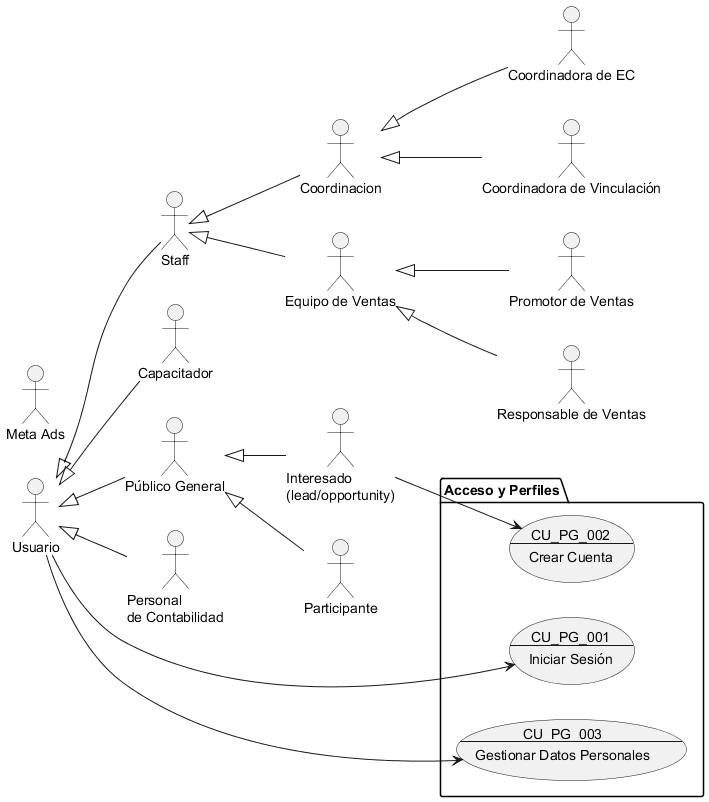
Before: Docs/Requerimientos/Diagramas/img/Acceso y Perfiles.png, a diagram exported from PlantUML (Proyectos-Vinculacion-FMAT/ECFCA).
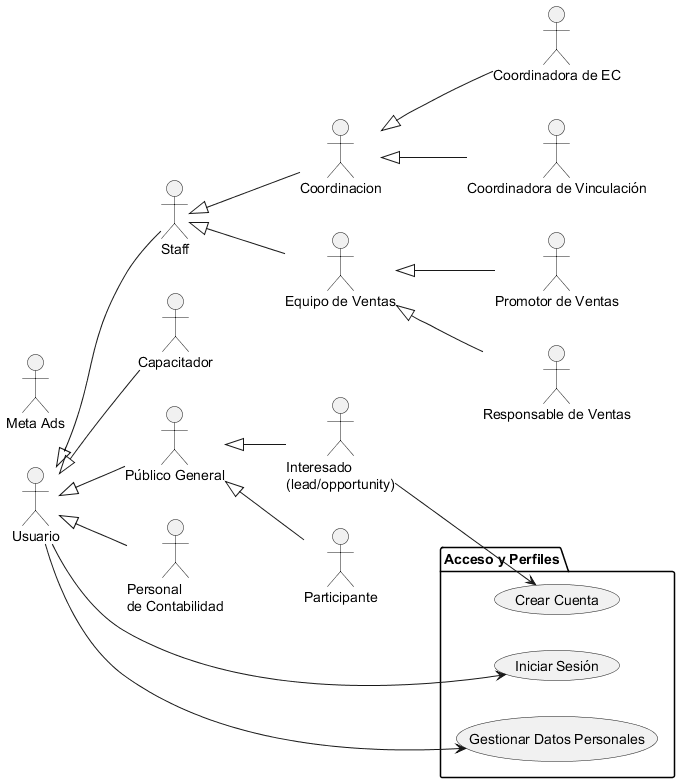
The same file after the commit.

Change to the diagram source:
```diff
@@ -3,21 +3,9 @@
 !include Actores.puml
 
 package "Acceso y Perfiles"{
-    usecase CU_PG_001 as "
-    CU_PG_001
-    ---
-    Iniciar Sesión
-    "
-    usecase CU_PG_002 as "
-    CU_PG_002
-    ---
-    Crear Cuenta
-    "
-    usecase CU_PG_003 as "
-    CU_PG_003
-    ---
-    Gestionar Datos Personales
-    "
+    usecase CU_PG_001 as "Iniciar Sesión"
+    usecase CU_PG_002 as "Crear Cuenta"
+    usecase CU_PG_003 as "Gestionar Datos Personales"
 
     Usuario --> CU_PG_001
     Usuario --> CU_PG_003
```
